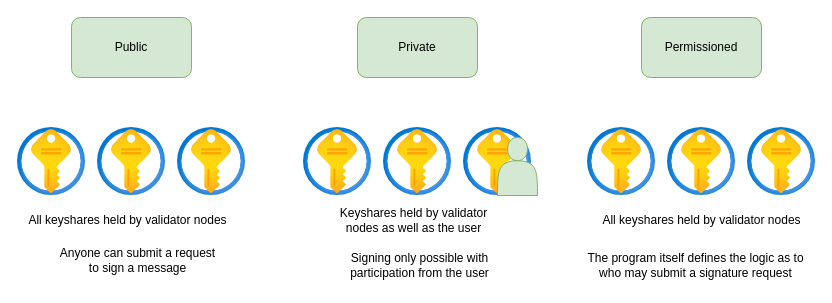
Before: static/img/public-private-permissioned.drawio in entropyxyz/entropy-docs, a draw.io diagram. Source tidied: cells renumbered, new cells numbered last; positions are measured from the earlier drawing's top-left corner, leaving out a move shared by most shapes. Both pictures are drawn from the tidied source at 100%, with x=0, y=0 at pixel (17, 17).
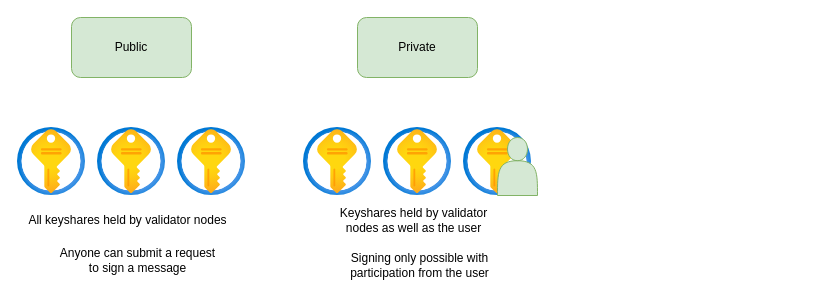
The same page after the edit.

Change to the diagram source:
```diff
@@
-    <mxCell id="4" value="Permissioned" style="rounded=1;whiteSpace=wrap;html=1;fillColor=#d5e8d4;strokeColor=#82b366;" parent="1" vertex="1">
-      <mxGeometry x="624" width="120" height="60" as="geometry" />
-    </mxCell>
@@
-    <mxCell id="13" style="image;html=1;align=center;fontSize=12;image=img/lib/azure2/security/Key_Vaults.svg;" parent="1" vertex="1">
-      <mxGeometry x="570" y="110" width="68" height="68" as="geometry" />
-    </mxCell>
-    <mxCell id="14" style="image;html=1;align=center;fontSize=12;image=img/lib/azure2/security/Key_Vaults.svg;" parent="1" vertex="1">
-      <mxGeometry x="650" y="110" width="68" height="68" as="geometry" />
-    </mxCell>
-    <mxCell id="15" style="image;html=1;align=center;fontSize=12;image=img/lib/azure2/security/Key_Vaults.svg;" parent="1" vertex="1">
-      <mxGeometry x="730" y="110" width="68" height="68" as="geometry" />
-    </mxCell>
@@
-    <mxCell id="17" value="All keyshares held by validator nodes" style="text;html=1;align=center;verticalAlign=middle;strokeColor=none;fillColor=none;" parent="1" vertex="1">
-      <mxGeometry x="574" y="188" width="220" height="30" as="geometry" />
-    </mxCell>
@@
-    <mxCell id="19" value="&lt;div&gt;The program itself defines the logic as to&lt;/div&gt;&lt;div&gt;who may submit a signature request&lt;/div&gt;" style="text;html=1;align=center;verticalAlign=middle;strokeColor=none;fillColor=none;" parent="1" vertex="1">
-      <mxGeometry x="558" y="228" width="240" height="40" as="geometry" />
-    </mxCell>
```
